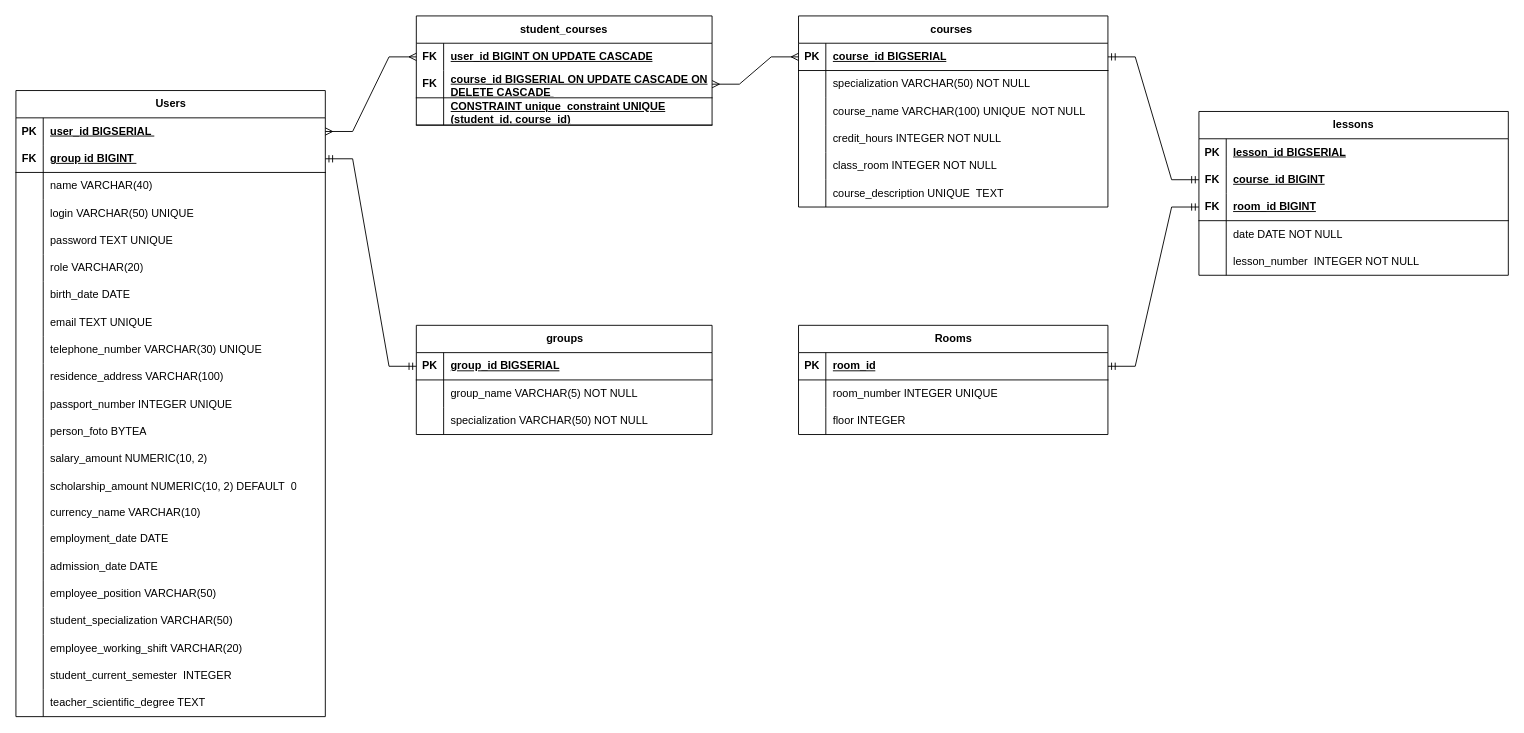
Above: database_schema.drawio in AndreiKurbatov/university-cms-docs (draw.io), before the change. Source tidied: cells renumbered, new cells numbered last; positions are measured from the earlier drawing's top-left corner, leaving out a move shared by most shapes. Both pictures are drawn from the tidied source at 91%, with x=0, y=0 at pixel (15, 15).
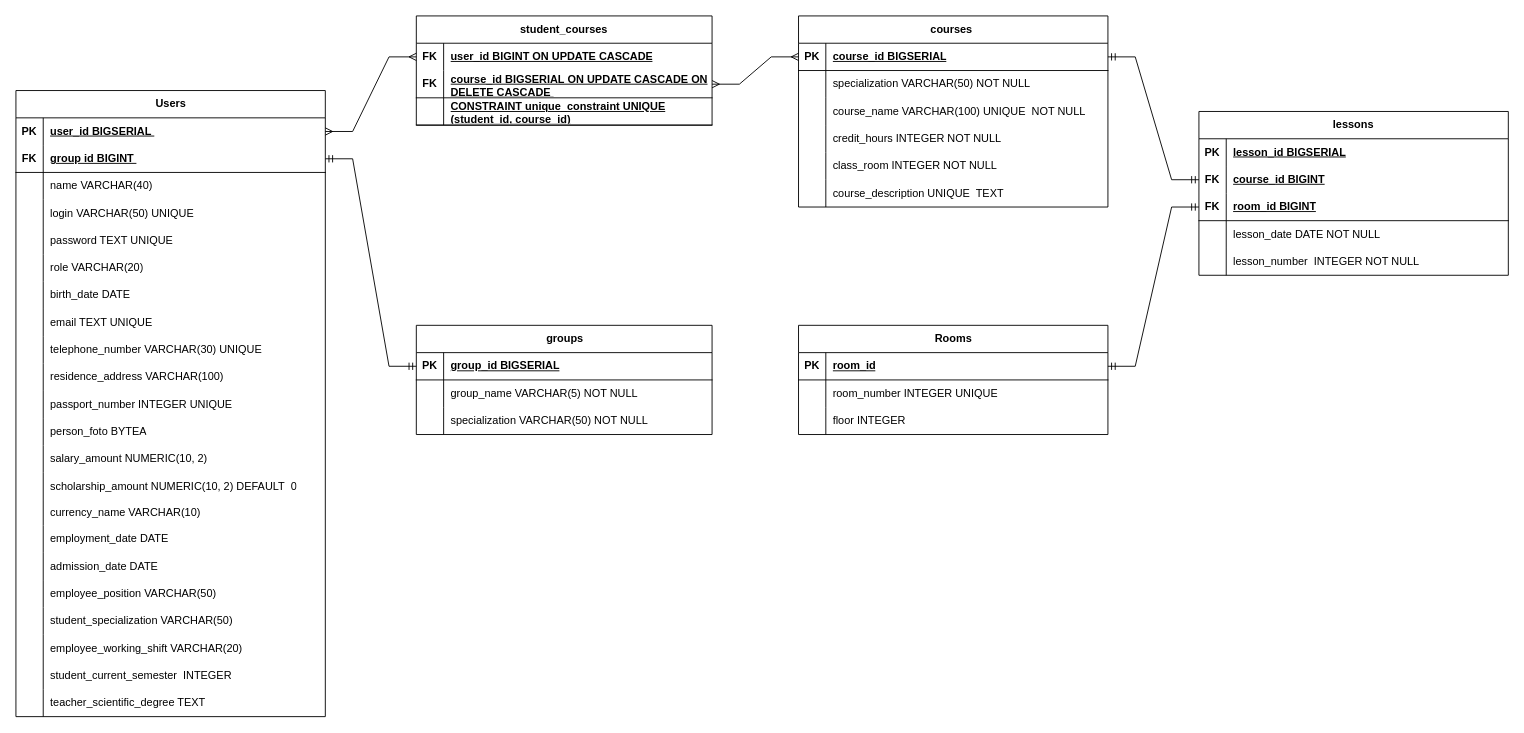
The same diagram, later.

Commit message (it also covers changes not shown here):
update docs: the field in Lesson class is changed: date -> lessonDate

Unchanged cells that the change refers to:
```xml
<mxCell id="41" style="shape=tableRow;horizontal=0;startSize=0;swimlaneHead=0;swimlaneBody=0;fillColor=none;top=0;left=0;right=0;bottom=0;html=1;" parent="31" vertex="1">
  <mxGeometry y="120" width="340" height="30" as="geometry" />
</mxCell>
```

Change to the diagram source:
```diff
@@
-    <mxCell id="43" value="date&amp;nbsp;DATE NOT NULL" style="shape=partialRectangle;fillColor=none;top=0;left=0;bottom=0;right=0;align=left;spacingLeft=6;overflow=hidden;html=1;whiteSpace=wrap;" parent="41" vertex="1">
+    <mxCell id="43" value="lesson_date&amp;nbsp;DATE NOT NULL" style="shape=partialRectangle;fillColor=none;top=0;left=0;bottom=0;right=0;align=left;spacingLeft=6;overflow=hidden;html=1;whiteSpace=wrap;" parent="41" vertex="1">
       <mxGeometry x="30" width="310" height="30" as="geometry" />
     </mxCell>
```
